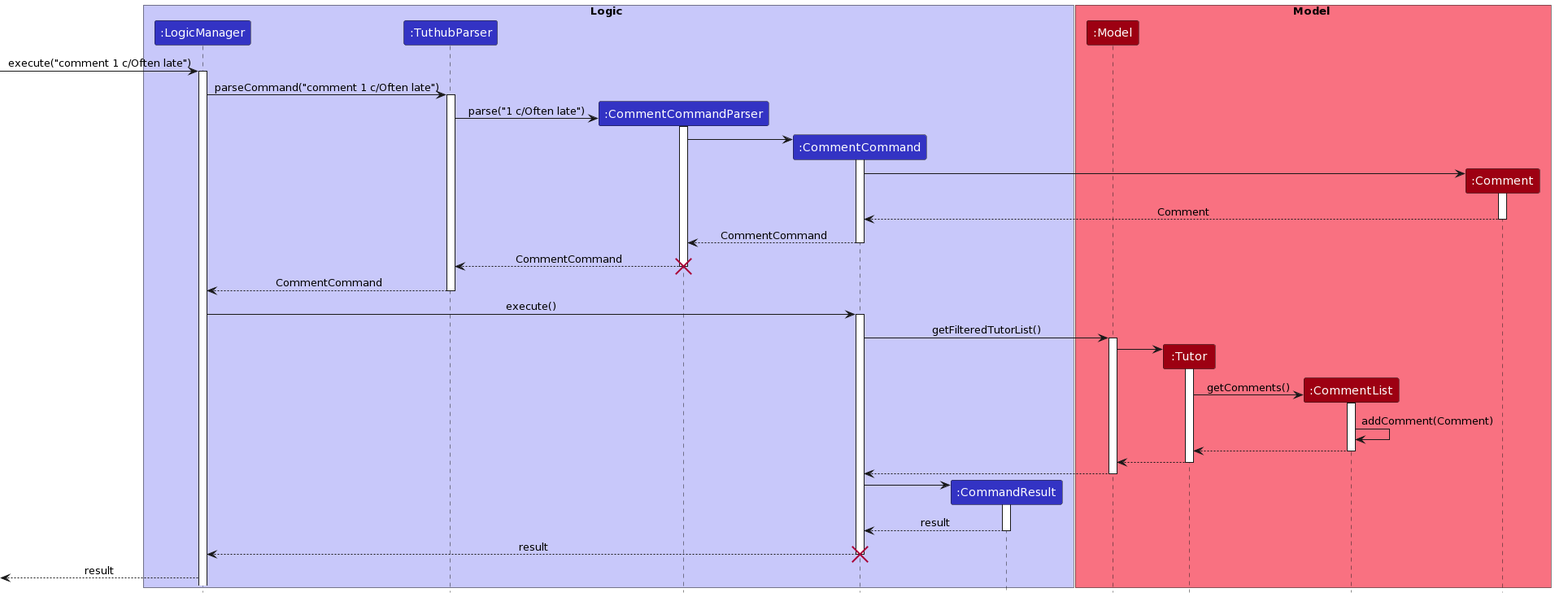
Earlier version of the PlantUML export docs/images/CommentSequenceDiagram.png (nus-cs2103-AY2223S1/tp). Source of this version:
```plantuml
@startuml
!define UI_COLOR #1D8900
!define UI_COLOR_T1 #83E769
!define UI_COLOR_T2 #3FC71B
!define UI_COLOR_T3 #166800
!define UI_COLOR_T4 #0E4100

!define LOGIC_COLOR #3333C4
!define LOGIC_COLOR_T1 #C8C8FA
!define LOGIC_COLOR_T2 #6A6ADC
!define LOGIC_COLOR_T3 #1616B0
!define LOGIC_COLOR_T4 #101086

!define MODEL_COLOR #9D0012
!define MODEL_COLOR_T1 #F97181
!define MODEL_COLOR_T2 #E41F36
!define MODEL_COLOR_T3 #7B000E
!define MODEL_COLOR_T4 #51000A

!define STORAGE_COLOR #A38300
!define STORAGE_COLOR_T1 #FFE374
!define STORAGE_COLOR_T2 #EDC520
!define STORAGE_COLOR_T3 #806600
!define STORAGE_COLOR_T2 #544400

!define USER_COLOR #000000

skinparam BackgroundColor #FFFFFFF

skinparam Shadowing false

skinparam Class {
    FontColor #FFFFFF
    BorderThickness 1
    BorderColor #FFFFFF
    StereotypeFontColor #FFFFFF
    FontName Arial
}

skinparam Actor {
    BorderColor USER_COLOR
    Color USER_COLOR
    FontName Arial
}

skinparam Sequence {
    MessageAlign center
    BoxFontSize 15
    BoxPadding 0
    BoxFontColor #FFFFFF
    FontName Arial
}

skinparam Participant {
    FontColor #FFFFFFF
    Padding 20
}

skinparam MinClassWidth 50
skinparam ParticipantPadding 10
skinparam Shadowing false
skinparam DefaultTextAlignment center
skinparam packageStyle Rectangle

hide footbox
hide members
hide circle
box Logic LOGIC_COLOR_T1
participant ":LogicManager" as logic LOGIC_COLOR
participant ":TuthubParser" as parser LOGIC_COLOR
participant ":CommentCommandParser" as cp LOGIC_COLOR
participant ":CommentCommand" as cc LOGIC_COLOR
participant ":CommandResult" as result LOGIC_COLOR
end box

box Model MODEL_COLOR_T1
participant ":Model" as model MODEL_COLOR
participant ":Tutor" as tutor MODEL_COLOR
participant ":CommentList" as comments MODEL_COLOR
participant ":Comment" as comment MODEL_COLOR
end box

[-> logic: execute("comment 1 c/Often late")

activate logic
logic -> parser: parseCommand("comment 1 c/Often late")

activate parser
create cp
parser -> cp: parse("1 c/Often late")

activate cp
create cc
cp -> cc

activate cc
create comment
cc -> comment

activate comment
comment --> cc: Comment
deactivate comment

cc --> cp: CommentCommand
deactivate cc

cp --> parser: CommentCommand
destroy cp

parser --> logic: CommentCommand
deactivate parser

logic -> cc: execute()
activate cc
cc -> model :getFilteredTutorList()

activate model
create tutor
model -> tutor

activate tutor
create comments
tutor -> comments: getComments()
activate comments

comments -> comments: addComment(Comment)

comments --> tutor
deactivate comments

tutor --> model
deactivate tutor

model --> cc
deactivate model

create result
cc -> result

activate result
result --> cc: result
deactivate result

cc --> logic: result
destroy cc

[<-- logic: result
@enduml
```
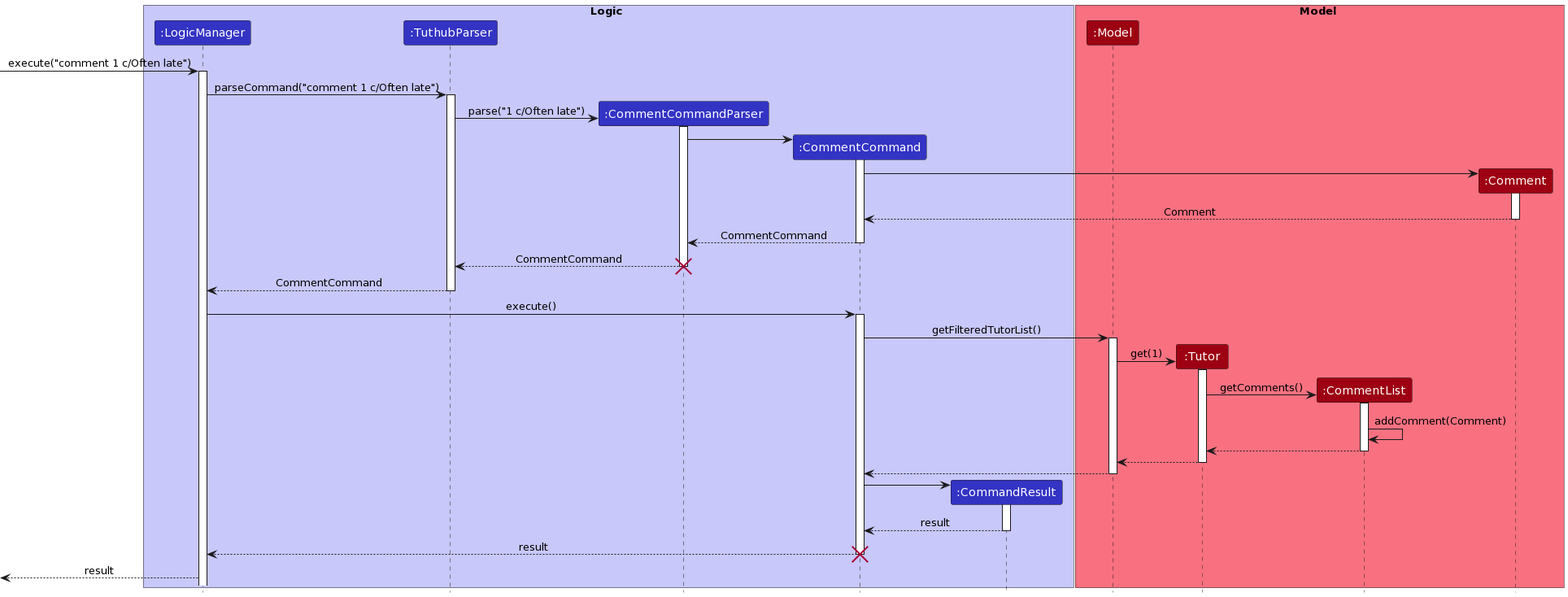
The same diagram one commit later.

Commit message:
Update diagram and uml

Change to the diagram source:
```diff
@@ -116,7 +116,7 @@
 
 activate model
 create tutor
-model -> tutor
+model -> tutor: get(1)
 
 activate tutor
 create comments
```
